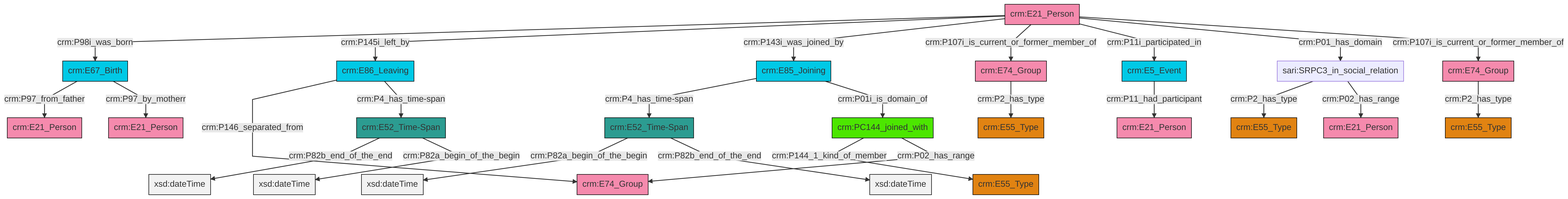
Before: et/personCSV/ttl/mmd/png/Person_Actor_Relations.png, a diagram exported from Mermaid (swiss-art-research-net/reference-data-models). Its source is kept beside it as et/personCSV/ttl/mmd/Person_Actor_Relations.ttl.mmd.
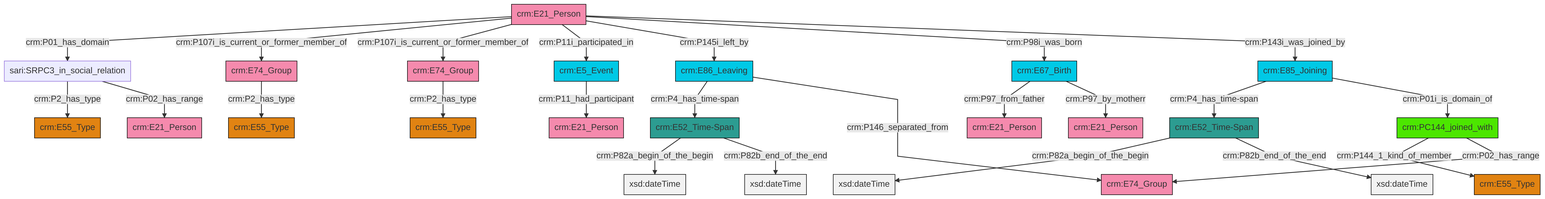
The same diagram one commit later.

The edit, as a diff of the source:
```diff
@@ -13,27 +13,27 @@
 classDef PC_Classes fill:#4ce600, stroke:#000000;
 classDef Multi fill:#cccccc,stroke:#000000;
 
-2["sari:SRPC3_in_social_relation"]:::Default -->|crm:P2_has_type| 3["crm:E55_Type"]:::Type
-6["crm:E52_Time-Span"]:::Time-Span -->|crm:P82b_end_of_the_end| 7[xsd:dateTime]:::Literal
-10["crm:E52_Time-Span"]:::Time-Span -->|crm:P82a_begin_of_the_begin| 11[xsd:dateTime]:::Literal
-12["crm:E21_Person"]:::Actor -->|crm:P98i_was_born| 13["crm:E67_Birth"]:::Temporal_Entity
-14["crm:E5_Event"]:::Temporal_Entity -->|crm:P11_had_participant| 0["crm:E21_Person"]:::Actor
-12["crm:E21_Person"]:::Actor -->|crm:P145i_left_by| 16["crm:E86_Leaving"]:::Temporal_Entity
-13["crm:E67_Birth"]:::Temporal_Entity -->|crm:P97_from_father| 4["crm:E21_Person"]:::Actor
-17["crm:E74_Group"]:::Actor -->|crm:P2_has_type| 18["crm:E55_Type"]:::Type
-12["crm:E21_Person"]:::Actor -->|crm:P143i_was_joined_by| 19["crm:E85_Joining"]:::Temporal_Entity
-20["crm:PC144_joined_with"]:::PC_Classes -->|crm:P144_1_kind_of_member| 8["crm:E55_Type"]:::Type
-24["crm:E74_Group"]:::Actor -->|crm:P2_has_type| 25["crm:E55_Type"]:::Type
-10["crm:E52_Time-Span"]:::Time-Span -->|crm:P82b_end_of_the_end| 27[xsd:dateTime]:::Literal
-6["crm:E52_Time-Span"]:::Time-Span -->|crm:P82a_begin_of_the_begin| 28[xsd:dateTime]:::Literal
-2["sari:SRPC3_in_social_relation"]:::Default -->|crm:P02_has_range| 29["crm:E21_Person"]:::Actor
-12["crm:E21_Person"]:::Actor -->|crm:P107i_is_current_or_former_member_of| 24["crm:E74_Group"]:::Actor
-19["crm:E85_Joining"]:::Temporal_Entity -->|crm:P4_has_time-span| 10["crm:E52_Time-Span"]:::Time-Span
-20["crm:PC144_joined_with"]:::PC_Classes -->|crm:P02_has_range| 30["crm:E74_Group"]:::Actor
-13["crm:E67_Birth"]:::Temporal_Entity -->|crm:P97_by_motherr| 33["crm:E21_Person"]:::Actor
-16["crm:E86_Leaving"]:::Temporal_Entity -->|crm:P146_separated_from| 30["crm:E74_Group"]:::Actor
-19["crm:E85_Joining"]:::Temporal_Entity -->|crm:P01i_is_domain_of| 20["crm:PC144_joined_with"]:::PC_Classes
-16["crm:E86_Leaving"]:::Temporal_Entity -->|crm:P4_has_time-span| 6["crm:E52_Time-Span"]:::Time-Span
-12["crm:E21_Person"]:::Actor -->|crm:P11i_participated_in| 14["crm:E5_Event"]:::Temporal_Entity
-12["crm:E21_Person"]:::Actor -->|crm:P01_has_domain| 2["sari:SRPC3_in_social_relation"]:::Default
-12["crm:E21_Person"]:::Actor -->|crm:P107i_is_current_or_former_member_of| 17["crm:E74_Group"]:::Actor
+0["crm:E52_Time-Span"]:::Time-Span -->|crm:P82a_begin_of_the_begin| 1[xsd:dateTime]:::Literal
+2["crm:E5_Event"]:::Temporal_Entity -->|crm:P11_had_participant| 3["crm:E21_Person"]:::Actor
+4["crm:E67_Birth"]:::Temporal_Entity -->|crm:P97_from_father| 5["crm:E21_Person"]:::Actor
+6["sari:SRPC3_in_social_relation"]:::Default -->|crm:P2_has_type| 7["crm:E55_Type"]:::Type
+8["crm:E86_Leaving"]:::Temporal_Entity -->|crm:P4_has_time-span| 9["crm:E52_Time-Span"]:::Time-Span
+13["crm:E21_Person"]:::Actor -->|crm:P01_has_domain| 6["sari:SRPC3_in_social_relation"]:::Default
+13["crm:E21_Person"]:::Actor -->|crm:P107i_is_current_or_former_member_of| 14["crm:E74_Group"]:::Actor
+6["sari:SRPC3_in_social_relation"]:::Default -->|crm:P02_has_range| 10["crm:E21_Person"]:::Actor
+9["crm:E52_Time-Span"]:::Time-Span -->|crm:P82a_begin_of_the_begin| 24[xsd:dateTime]:::Literal
+13["crm:E21_Person"]:::Actor -->|crm:P107i_is_current_or_former_member_of| 17["crm:E74_Group"]:::Actor
+13["crm:E21_Person"]:::Actor -->|crm:P11i_participated_in| 2["crm:E5_Event"]:::Temporal_Entity
+14["crm:E74_Group"]:::Actor -->|crm:P2_has_type| 22["crm:E55_Type"]:::Type
+13["crm:E21_Person"]:::Actor -->|crm:P145i_left_by| 8["crm:E86_Leaving"]:::Temporal_Entity
+0["crm:E52_Time-Span"]:::Time-Span -->|crm:P82b_end_of_the_end| 34[xsd:dateTime]:::Literal
+13["crm:E21_Person"]:::Actor -->|crm:P98i_was_born| 4["crm:E67_Birth"]:::Temporal_Entity
+36["crm:PC144_joined_with"]:::PC_Classes -->|crm:P144_1_kind_of_member| 19["crm:E55_Type"]:::Type
+37["crm:E85_Joining"]:::Temporal_Entity -->|crm:P4_has_time-span| 0["crm:E52_Time-Span"]:::Time-Span
+4["crm:E67_Birth"]:::Temporal_Entity -->|crm:P97_by_motherr| 25["crm:E21_Person"]:::Actor
+13["crm:E21_Person"]:::Actor -->|crm:P143i_was_joined_by| 37["crm:E85_Joining"]:::Temporal_Entity
+17["crm:E74_Group"]:::Actor -->|crm:P2_has_type| 28["crm:E55_Type"]:::Type
+36["crm:PC144_joined_with"]:::PC_Classes -->|crm:P02_has_range| 15["crm:E74_Group"]:::Actor
+8["crm:E86_Leaving"]:::Temporal_Entity -->|crm:P146_separated_from| 15["crm:E74_Group"]:::Actor
+9["crm:E52_Time-Span"]:::Time-Span -->|crm:P82b_end_of_the_end| 44[xsd:dateTime]:::Literal
+37["crm:E85_Joining"]:::Temporal_Entity -->|crm:P01i_is_domain_of| 36["crm:PC144_joined_with"]:::PC_Classes
```
